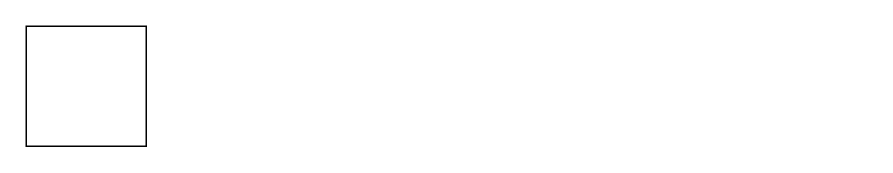
The draw.io diagram workflow.drawio in keeble/i19-1-workshop, before the edit. Source tidied: cells renumbered, new cells numbered last; positions are measured from the earlier drawing's top-left corner, leaving out a move shared by most shapes. Both pictures are drawn from the tidied source at 150%, with x=0, y=0 at pixel (26, 26).
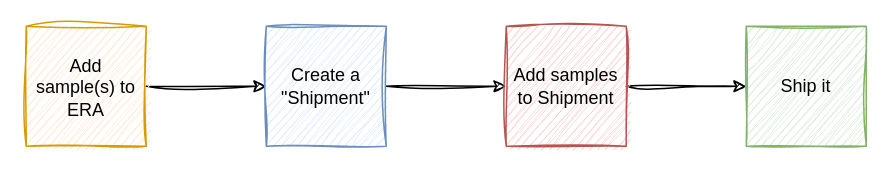
The same page after the edit.

Diff of the diagram source:
```diff
@@
 <mxGraphModel>
   <root>
     <mxCell id="0" />
     <mxCell id="1" parent="0" />
+    <mxCell id="3" style="edgeStyle=orthogonalEdgeStyle;rounded=0;jettySize=auto;html=1;sketch=1;curveFitting=1;jiggle=2;" parent="1" edge="1" source="2" target="5">
+      <mxGeometry relative="1" as="geometry" />
+    </mxCell>
-    <mxCell id="2" style="whiteSpace=wrap;html=1;" parent="1" vertex="1">
+    <mxCell id="2" value="Add sample(s) to ERA" style="whiteSpace=wrap;html=1;rounded=0;glass=0;sketch=1;curveFitting=1;jiggle=2;spacingTop=1;spacingLeft=1;spacingRight=1;fillColor=#ffe6cc;strokeColor=#d79b00;" parent="1" vertex="1">
       <mxGeometry width="80" height="80" as="geometry" />
     </mxCell>
+    <mxCell id="4" style="edgeStyle=orthogonalEdgeStyle;rounded=0;jettySize=auto;html=1;sketch=1;curveFitting=1;jiggle=2;" parent="1" edge="1" source="5" target="7">
+      <mxGeometry relative="1" as="geometry" />
+    </mxCell>
+    <mxCell id="5" value="Create a &quot;Shipment&quot;" style="whiteSpace=wrap;html=1;sketch=1;curveFitting=1;jiggle=2;fillColor=#dae8fc;strokeColor=#6c8ebf;" parent="1" vertex="1">
+      <mxGeometry x="160" width="80" height="80" as="geometry" />
+    </mxCell>
+    <mxCell id="6" style="edgeStyle=orthogonalEdgeStyle;rounded=0;jettySize=auto;html=1;sketch=1;curveFitting=1;jiggle=2;" parent="1" edge="1" source="7" target="8">
+      <mxGeometry relative="1" as="geometry" />
+    </mxCell>
+    <mxCell id="7" value="Add samples to Shipment" style="whiteSpace=wrap;html=1;sketch=1;curveFitting=1;jiggle=2;fillColor=#f8cecc;strokeColor=#b85450;" parent="1" vertex="1">
+      <mxGeometry x="320" width="80" height="80" as="geometry" />
+    </mxCell>
+    <mxCell id="8" value="Ship it " style="whiteSpace=wrap;html=1;sketch=1;curveFitting=1;jiggle=2;fillColor=#d5e8d4;strokeColor=#82b366;" parent="1" vertex="1">
+      <mxGeometry x="480" width="80" height="80" as="geometry" />
+    </mxCell>
   </root>
 </mxGraphModel>
```
